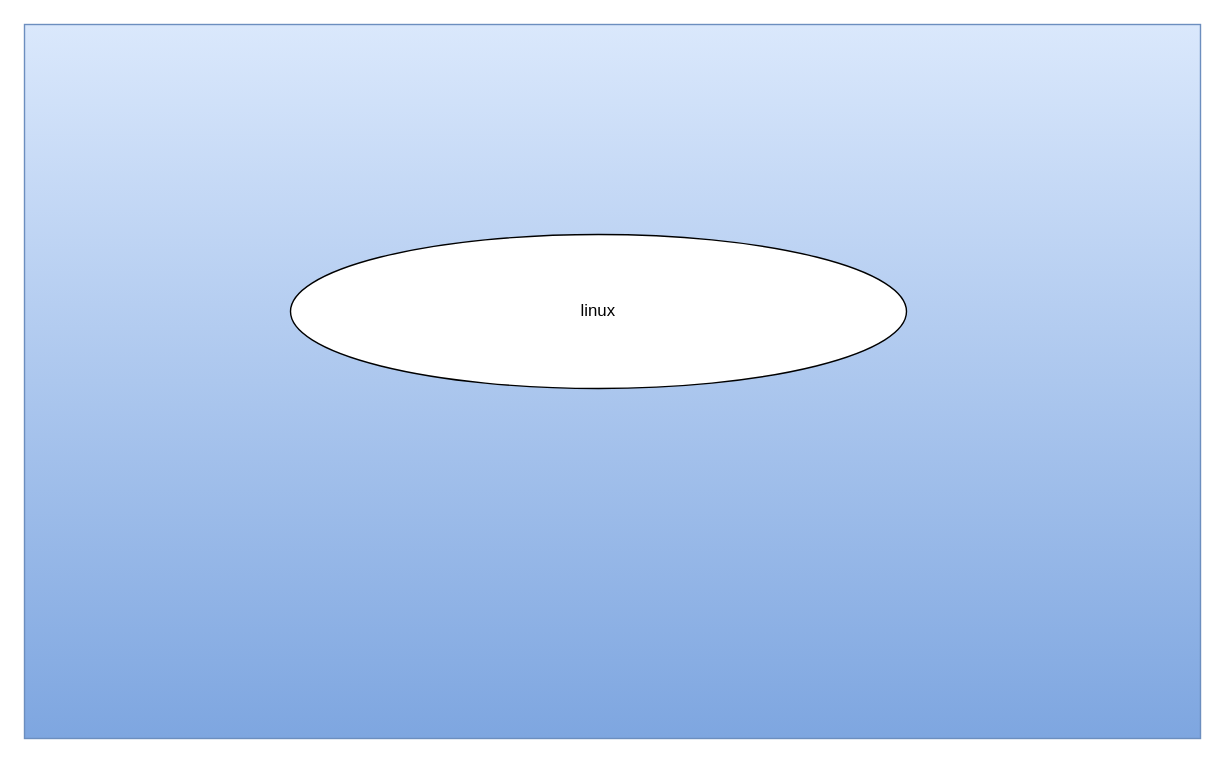
Before: page "Página-5" (5 of 5) of fluxosgramas.drawio in luisplathdm/fluxo, a draw.io diagram. Source tidied: cells renumbered, new cells numbered last; positions are measured from the earlier drawing's top-left corner, leaving out a move shared by most shapes. Both pictures are drawn from the tidied source at 140%, with x=0, y=0 at pixel (24, 24). Pictures stored in the file or linked from it are replaced by grey dashed boxes.
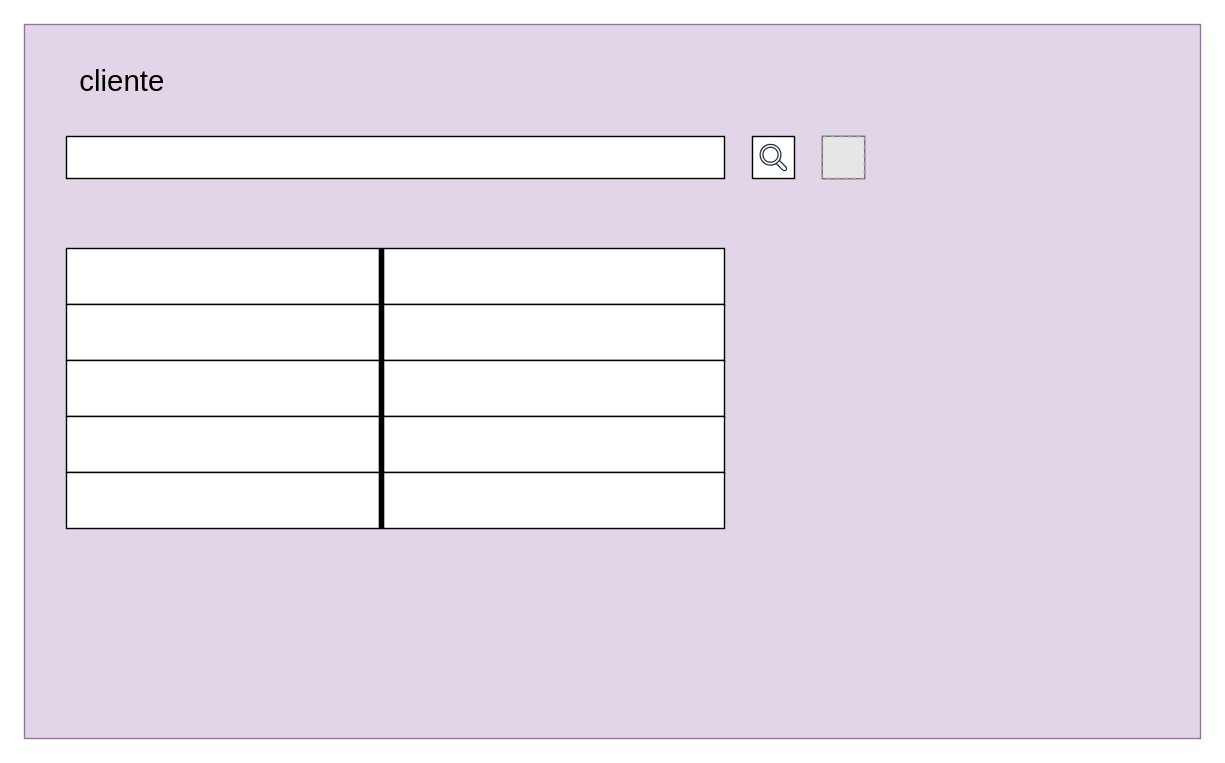
Above is the later version.

The edit, as a diff of the source:
```diff
@@
 <mxGraphModel>
   <root>
     <mxCell id="0" />
     <mxCell id="1" parent="0" />
-    <mxCell id="2" style="rounded=0;whiteSpace=wrap;html=1;fillColor=#dae8fc;strokeColor=#6c8ebf;gradientColor=#7ea6e0;" parent="1" vertex="1">
+    <mxCell id="2" style="rounded=0;whiteSpace=wrap;html=1;fillColor=#e1d5e7;strokeColor=#9673a6;" parent="1" vertex="1">
       <mxGeometry width="840" height="510" as="geometry" />
     </mxCell>
-    <mxCell id="3" value="linux" style="ellipse;whiteSpace=wrap;html=1;" parent="1" vertex="1">
-      <mxGeometry x="190" y="150" width="440" height="110" as="geometry" />
-    </mxCell>
+    <mxCell id="4" style="rounded=0;whiteSpace=wrap;html=1;" parent="1" vertex="1">
+      <mxGeometry x="30" y="80" width="470" height="30" as="geometry" />
+    </mxCell>
+    <mxCell id="5" style="rounded=0;whiteSpace=wrap;html=1;" parent="1" vertex="1">
+      <mxGeometry x="520" y="80" width="30" height="30" as="geometry" />
+    </mxCell>
+    <mxCell id="6" style="sketch=0;fontColor=#232F3E;gradientColor=none;fillColor=#232F3D;strokeColor=none;dashed=0;verticalLabelPosition=bottom;verticalAlign=top;align=center;html=1;fontSize=12;fontStyle=0;shape=mxgraph.aws4.magnifying_glass_2;" parent="1" vertex="1">
+      <mxGeometry x="525" y="85" width="20" height="20" as="geometry" />
+    </mxCell>
+    <mxCell id="7" style="rounded=0;whiteSpace=wrap;html=1;" parent="1" vertex="1">
+      <mxGeometry x="570" y="80" width="30" height="30" as="geometry" />
+    </mxCell>
+    <mxCell id="8" style="fillColor=#E6E6E6;strokeColor=#999999;dashed=1;html=1;verticalAlign=top;verticalLabelPosition=bottom;labelBackgroundColor=#ffffff;" parent="1" vertex="1">
+      <mxGeometry x="570" y="80" width="30" height="30" as="geometry" />
+    </mxCell>
+    <mxCell id="9" style="rounded=0;whiteSpace=wrap;html=1;" parent="1" vertex="1">
+      <mxGeometry x="30" y="160" width="470" height="40" as="geometry" />
+    </mxCell>
+    <mxCell id="10" style="rounded=0;whiteSpace=wrap;html=1;" parent="1" vertex="1">
+      <mxGeometry x="30" y="200" width="470" height="40" as="geometry" />
+    </mxCell>
+    <mxCell id="11" style="rounded=0;whiteSpace=wrap;html=1;" parent="1" vertex="1">
+      <mxGeometry x="30" y="240" width="470" height="40" as="geometry" />
+    </mxCell>
+    <mxCell id="12" style="rounded=0;whiteSpace=wrap;html=1;" parent="1" vertex="1">
+      <mxGeometry x="30" y="280" width="470" height="40" as="geometry" />
+    </mxCell>
+    <mxCell id="13" style="rounded=0;whiteSpace=wrap;html=1;" parent="1" vertex="1">
+      <mxGeometry x="30" y="320" width="470" height="40" as="geometry" />
+    </mxCell>
+    <mxCell id="14" style="line;strokeWidth=4;direction=south;html=1;perimeter=backbonePerimeter;" parent="1" vertex="1">
+      <mxGeometry x="250" y="160" width="10" height="200" as="geometry" />
+    </mxCell>
+    <mxCell id="15" value="cliente" style="text;html=1;align=center;verticalAlign=middle;whiteSpace=wrap;rounded=0;fillColor=none;strokeWidth=0;fontSize=21;" parent="1" vertex="1">
+      <mxGeometry x="30" y="20" width="80" height="40" as="geometry" />
+    </mxCell>
   </root>
 </mxGraphModel>
```
